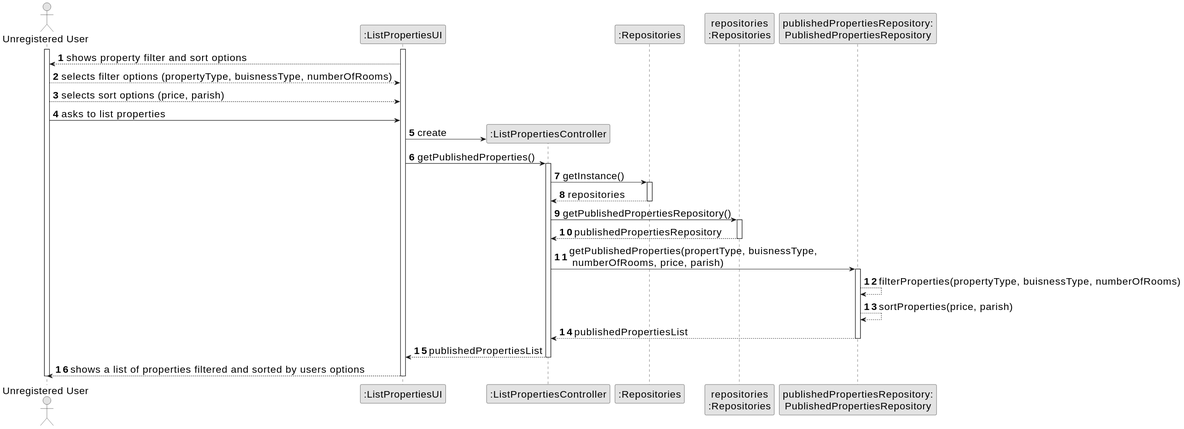
Earlier version of the PlantUML export docs/sprintB/us001/03.design/svg/us001-sequence-diagram-full.svg (Goncalves2525/real-estate-management-system).
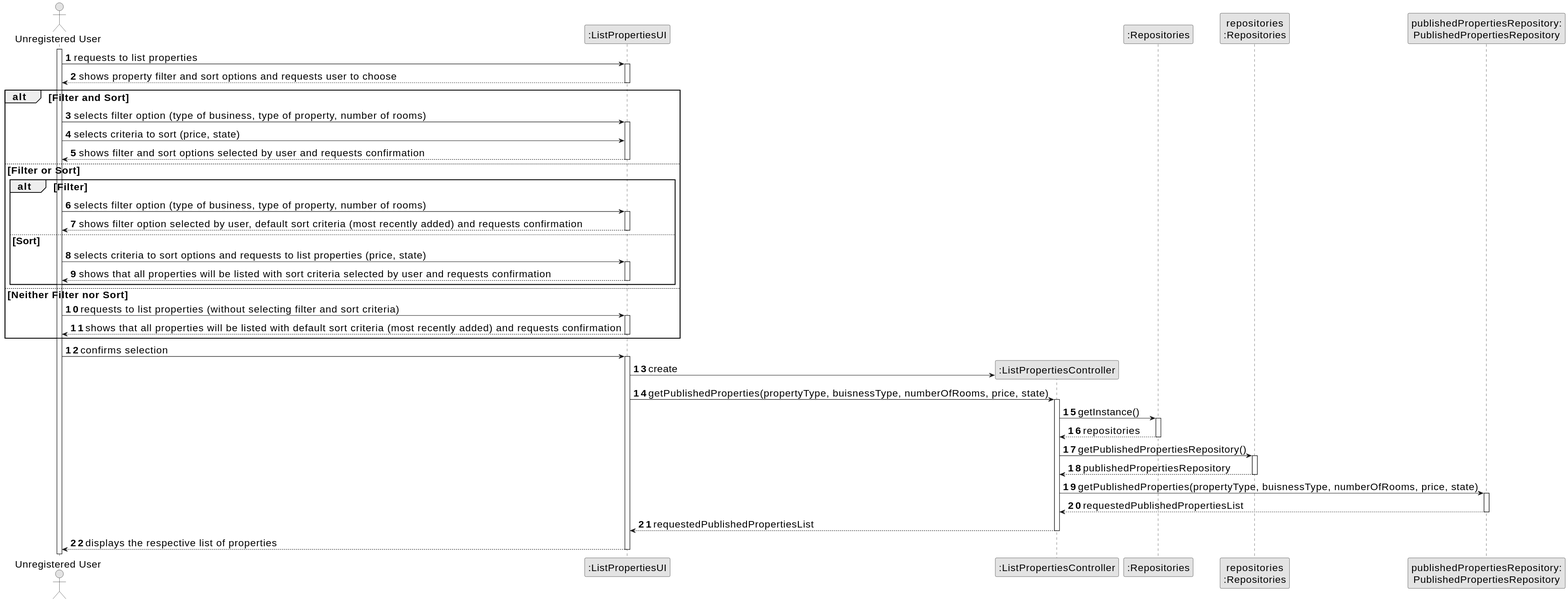
Above is the later version.

What changed in the source:
```diff
@@ -15,45 +15,82 @@
 
 activate uUser
 
+            uUser -> UI : requests to list properties
+            activate UI
 
 
-        activate UI
+            UI --> uUser : shows property filter and sort options and requests user to choose
 
-            UI --> uUser : shows property filter and sort options
-            uUser --> UI : selects filter options (propertyType, buisnessType, numberOfRooms)
-            uUser --> UI : selects sort options (price, parish)
-            uUser -> UI : asks to list properties
+            deactivate UI
+
+
+            alt Filter and Sort
+
+                uUser -> UI : selects filter option (type of business, type of property, number of rooms)
+                activate UI
+
+                uUser -> UI : selects criteria to sort (price, state)
+                deactivate PublishedPropertiesRepository
+
+
+                UI --> uUser : shows filter and sort options selected by user and requests confirmation
+                deactivate UI
+
+            else Filter or Sort
+
+                alt Filter
+                    uUser -> UI : selects filter option (type of business, type of property, number of rooms)
+                    activate UI
+
+                    UI --> uUser: shows filter option selected by user, default sort criteria (most recently added) and requests confirmation
+                    deactivate UI
+
+                else Sort
+                    uUser -> UI: selects criteria to sort options and requests to list properties (price, state)
+                    activate UI
+
+                    UI --> uUser : shows that all properties will be listed with sort criteria selected by user and requests confirmation
+                    deactivate UI
+                end
+
+            else Neither Filter nor Sort
+                uUser -> UI : requests to list properties (without selecting filter and sort criteria)
+                activate UI
+
+                UI --> uUser : shows that all properties will be listed with default sort criteria (most recently added) and requests confirmation
+                deactivate UI
+
+            end
+
+            uUser -> UI : confirms selection
+            activate UI
+
             UI -> CTRL** : create
+            UI -> CTRL : getPublishedProperties(propertyType, buisnessType, numberOfRooms, price, state)
 
-            UI -> CTRL : getPublishedProperties()
             activate CTRL
 
-                CTRL -> REPOS : getInstance()
-                activate REPOS
+            CTRL -> REPOS : getInstance()
+            activate REPOS
 
-                    REPOS --> CTRL: repositories
-                deactivate REPOS
+            REPOS --> CTRL: repositories
+            deactivate REPOS
 
-                CTRL -> repos : getPublishedPropertiesRepository()
-                activate repos
+            CTRL -> repos : getPublishedPropertiesRepository()
+            activate repos
 
-                    repos --> CTRL: publishedPropertiesRepository
-                deactivate repos
+            repos --> CTRL: publishedPropertiesRepository
+            deactivate repos
 
-                CTRL -> PublishedPropertiesRepository : getPublishedProperties(propertType, buisnessType,\n numberOfRooms, price, parish)
-                activate PublishedPropertiesRepository
+            CTRL -> PublishedPropertiesRepository : getPublishedProperties(propertyType, buisnessType, numberOfRooms, price, state)
+            activate PublishedPropertiesRepository
 
-                    PublishedPropertiesRepository --> PublishedPropertiesRepository : filterProperties(propertyType, buisnessType, numberOfRooms)
-                    PublishedPropertiesRepository --> PublishedPropertiesRepository : sortProperties(price, parish)
-                    PublishedPropertiesRepository --> CTRL : publishedPropertiesList
+            PublishedPropertiesRepository --> CTRL : requestedPublishedPropertiesList
+            deactivate PublishedPropertiesRepository
 
-                deactivate PublishedPropertiesRepository
-
-                CTRL --> UI : publishedPropertiesList
+            CTRL --> UI : requestedPublishedPropertiesList
             deactivate CTRL
 
-            UI --> uUser : shows a list of properties filtered and sorted by users options
-        deactivate UI
-
-deactivate uUser
+            UI --> uUser : displays the respective list of properties
+            deactivate UI
 @enduml
```
